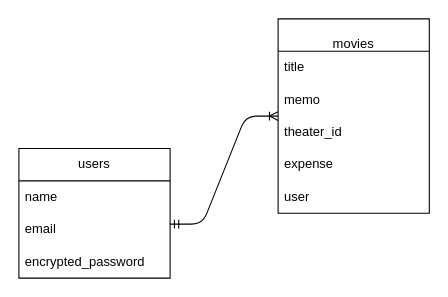
The draw.io diagram er.dio in mika0715/mita, before the edit. Source tidied: cells renumbered, new cells numbered last; positions are measured from the earlier drawing's top-left corner, leaving out a move shared by most shapes. Both pictures are drawn from the tidied source at 108%, with x=0, y=0 at pixel (18, 18).
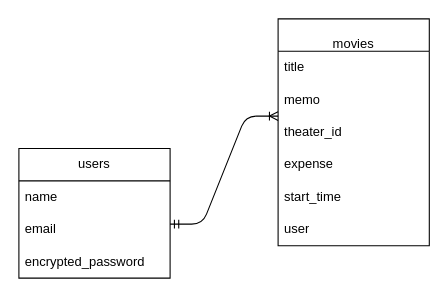
The same page after the edit.

What changed in the source:
```diff
@@
 <mxGraphModel>
   <root>
     <mxCell id="0" />
     <mxCell id="1" parent="0" />
     <mxCell id="2" value="users" style="swimlane;fontStyle=0;horizontal=1;startSize=30;whiteSpace=wrap;html=1;" parent="1" vertex="1">
       <mxGeometry y="120" width="140" height="120" as="geometry" />
     </mxCell>
     <mxCell id="3" value="name" style="text;strokeColor=none;fillColor=none;align=left;verticalAlign=middle;spacingLeft=4;spacingRight=4;overflow=hidden;whiteSpace=wrap;html=1;" parent="2" vertex="1">
       <mxGeometry y="30" width="140" height="30" as="geometry" />
     </mxCell>
     <mxCell id="4" value="email" style="text;strokeColor=none;fillColor=none;align=left;verticalAlign=middle;spacingLeft=4;spacingRight=4;overflow=hidden;whiteSpace=wrap;html=1;" parent="2" vertex="1">
       <mxGeometry y="60" width="140" height="30" as="geometry" />
     </mxCell>
     <mxCell id="5" value="encrypted_password" style="text;strokeColor=none;fillColor=none;align=left;verticalAlign=middle;spacingLeft=4;spacingRight=4;overflow=hidden;whiteSpace=wrap;html=1;" parent="2" vertex="1">
       <mxGeometry y="90" width="140" height="30" as="geometry" />
     </mxCell>
     <mxCell id="6" value="&lt;br&gt;movies&lt;br&gt;" style="swimlane;fontStyle=0;horizontal=1;startSize=30;whiteSpace=wrap;html=1;" parent="1" vertex="1">
-      <mxGeometry x="240" width="140" height="180" as="geometry" />
+      <mxGeometry x="240" width="140" height="210" as="geometry" />
     </mxCell>
     <mxCell id="7" value="title" style="text;strokeColor=none;fillColor=none;align=left;verticalAlign=middle;spacingLeft=4;spacingRight=4;overflow=hidden;whiteSpace=wrap;html=1;" parent="6" vertex="1">
       <mxGeometry y="30" width="140" height="30" as="geometry" />
     </mxCell>
     <mxCell id="8" value="memo" style="text;strokeColor=none;fillColor=none;align=left;verticalAlign=middle;spacingLeft=4;spacingRight=4;overflow=hidden;whiteSpace=wrap;html=1;" parent="6" vertex="1">
       <mxGeometry y="60" width="140" height="30" as="geometry" />
     </mxCell>
     <mxCell id="9" value="theater_id" style="text;strokeColor=none;fillColor=none;align=left;verticalAlign=middle;spacingLeft=4;spacingRight=4;overflow=hidden;whiteSpace=wrap;html=1;" parent="6" vertex="1">
       <mxGeometry y="90" width="140" height="30" as="geometry" />
     </mxCell>
     <mxCell id="10" value="expense" style="text;strokeColor=none;fillColor=none;align=left;verticalAlign=middle;spacingLeft=4;spacingRight=4;overflow=hidden;whiteSpace=wrap;html=1;" parent="6" vertex="1">
       <mxGeometry y="120" width="140" height="30" as="geometry" />
     </mxCell>
-    <mxCell id="11" value="user" style="text;strokeColor=none;fillColor=none;align=left;verticalAlign=middle;spacingLeft=4;spacingRight=4;overflow=hidden;whiteSpace=wrap;html=1;" parent="6" vertex="1">
+    <mxCell id="11" value="start_time" style="text;strokeColor=none;fillColor=none;align=left;verticalAlign=middle;spacingLeft=4;spacingRight=4;overflow=hidden;whiteSpace=wrap;html=1;" parent="6" vertex="1">
       <mxGeometry y="150" width="140" height="30" as="geometry" />
     </mxCell>
+    <mxCell id="13" value="user" style="text;strokeColor=none;fillColor=none;align=left;verticalAlign=middle;spacingLeft=4;spacingRight=4;overflow=hidden;whiteSpace=wrap;html=1;" parent="6" vertex="1">
+      <mxGeometry y="180" width="140" height="30" as="geometry" />
+    </mxCell>
     <mxCell id="12" style="edgeStyle=entityRelationEdgeStyle;fontSize=12;html=1;endArrow=ERoneToMany;startArrow=ERmandOne;" parent="1" edge="1">
       <mxGeometry relative="1" as="geometry">
         <mxPoint x="140" y="190" as="sourcePoint" />
         <mxPoint x="240" y="90" as="targetPoint" />
       </mxGeometry>
     </mxCell>
   </root>
 </mxGraphModel>
```
